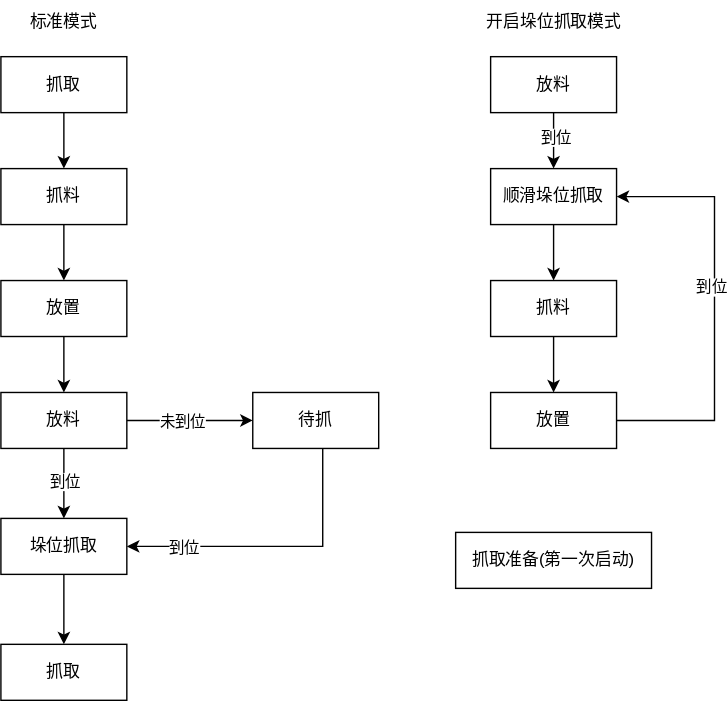
Before: drawio/易码流程图.svg, a diagram exported from draw.io (Stolorzs/Picgo). Source tidied: cells renumbered, new cells last; positions are measured from the earlier drawing's top-left corner, leaving out a move shared by most shapes.
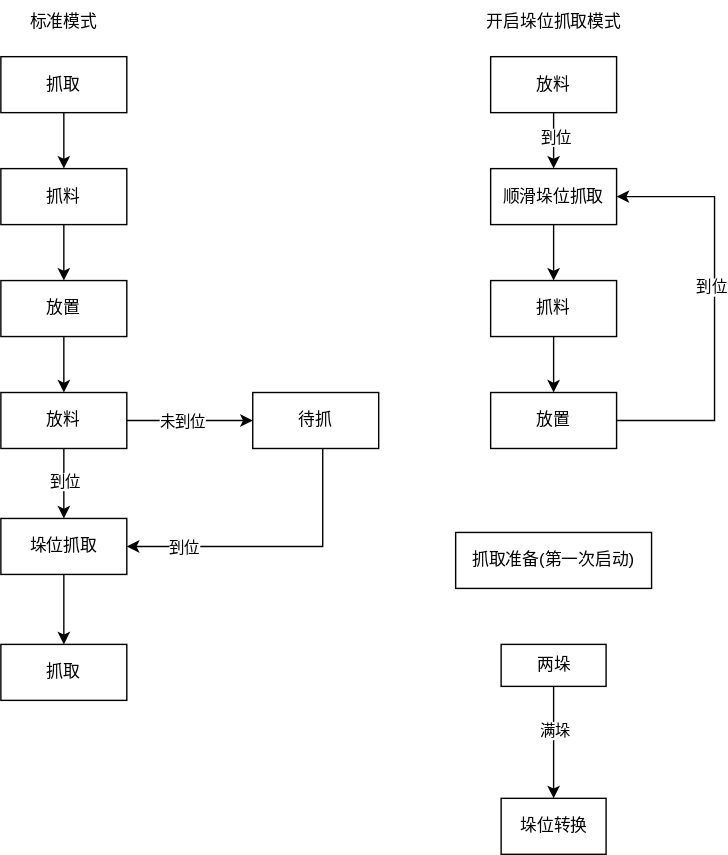
Later version of the same file.

Commit message:
更新易码流程图.svg

What changed in the source:
```diff
@@ -107,5 +107,20 @@
     <mxCell id="31" value="抓取准备(第一次启动)" style="rounded=0;whiteSpace=wrap;html=1;" parent="1" vertex="1">
       <mxGeometry x="325" y="380" width="140" height="40" as="geometry" />
     </mxCell>
+    <mxCell id="32" style="edgeStyle=orthogonalEdgeStyle;rounded=0;jettySize=auto;html=1;entryX=0.5;entryY=0;entryDx=0;entryDy=0;" parent="1" edge="1" source="34" target="35">
+      <mxGeometry relative="1" as="geometry" />
+    </mxCell>
+    <mxCell id="33" value="满垛" style="edgeLabel;html=1;align=center;verticalAlign=middle;" parent="32" vertex="1">
+      <mxGeometry x="-0.21" relative="1" as="geometry" />
+    </mxCell>
+    <mxCell id="34" value="两垛" style="rounded=0;whiteSpace=wrap;html=1;" parent="1" vertex="1">
+      <mxGeometry x="357.5" y="460" width="75" height="30" as="geometry" />
+    </mxCell>
+    <mxCell id="35" value="垛位转换" style="rounded=0;whiteSpace=wrap;html=1;" parent="1" vertex="1">
+      <mxGeometry x="357.5" y="570" width="75" height="40" as="geometry" />
+    </mxCell>
+    <mxCell id="36" style="edgeStyle=orthogonalEdgeStyle;rounded=0;orthogonalLoop=1;jettySize=auto;html=1;exitX=0.5;exitY=1;exitDx=0;exitDy=0;" parent="1" edge="1" source="34" target="34">
+      <mxGeometry relative="1" as="geometry" />
+    </mxCell>
   </root>
 </mxGraphModel>
```
